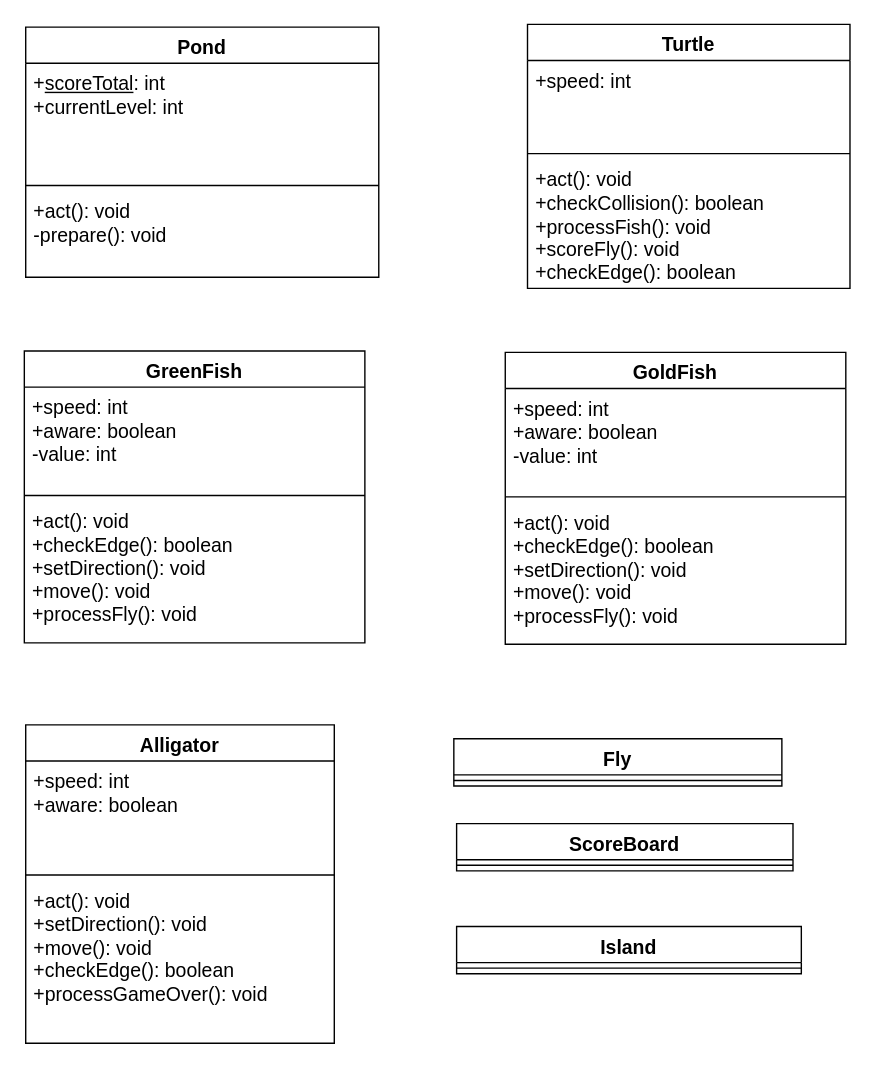
Above: PondKingUML.drawio in emint0472/CSC170 (draw.io), before the change. Source tidied: cells renumbered, new cells numbered last; positions are measured from the earlier drawing's top-left corner, leaving out a move shared by most shapes. Both pictures are drawn from the tidied source at 139%, with x=0, y=0 at pixel (24, 24).
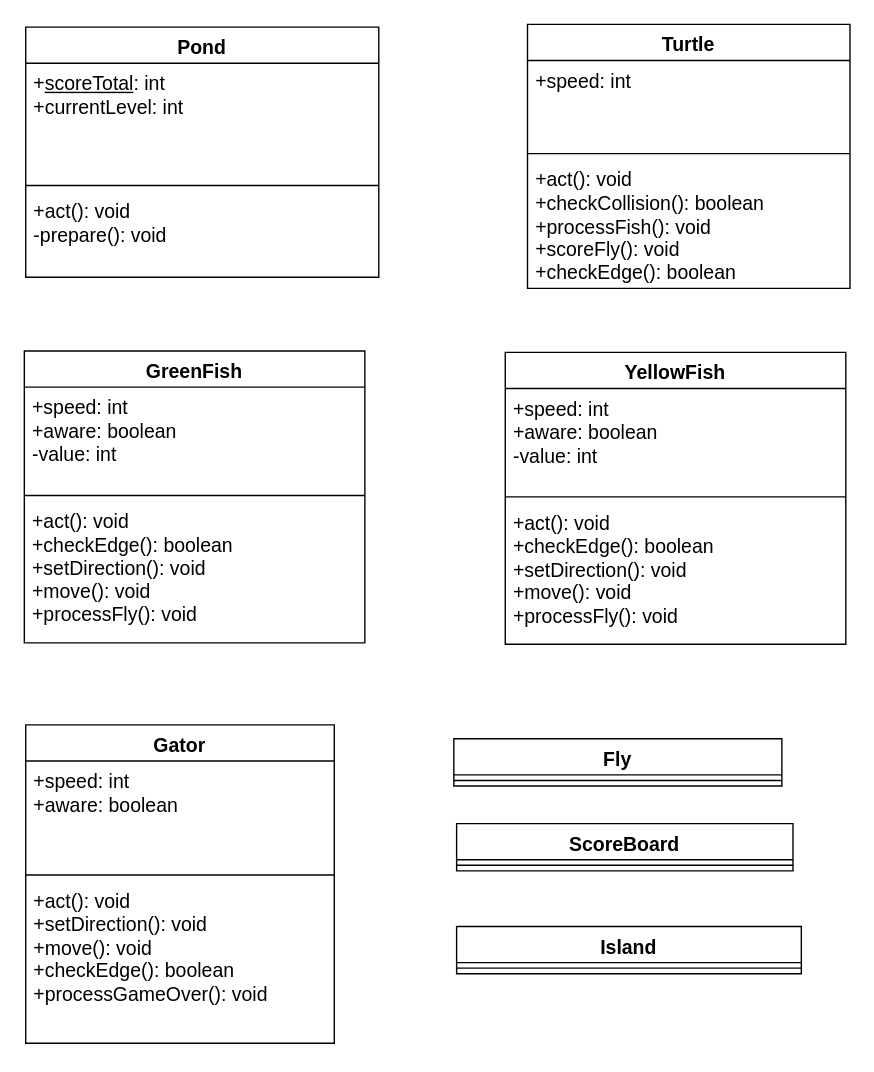
After the change.

Diff of the diagram source:
```diff
@@
-    <mxCell id="14" value="GoldFish" style="swimlane;fontStyle=1;align=center;verticalAlign=top;horizontal=1;startSize=26;whiteSpace=wrap;html=1;fontSize=14;" parent="1" vertex="1">
+    <mxCell id="14" value="YellowFish" style="swimlane;fontStyle=1;align=center;verticalAlign=top;horizontal=1;startSize=26;whiteSpace=wrap;html=1;fontSize=14;" parent="1" vertex="1">
       <mxGeometry x="346" y="236" width="245" height="210" as="geometry" />
     </mxCell>
@@
-    <mxCell id="18" value="Alligator" style="swimlane;fontStyle=1;align=center;verticalAlign=top;horizontal=1;startSize=26;whiteSpace=wrap;html=1;fontSize=14;" parent="1" vertex="1">
+    <mxCell id="18" value="Gator" style="swimlane;fontStyle=1;align=center;verticalAlign=top;horizontal=1;startSize=26;whiteSpace=wrap;html=1;fontSize=14;" parent="1" vertex="1">
       <mxGeometry x="1" y="504" width="222" height="229" as="geometry" />
     </mxCell>
```
